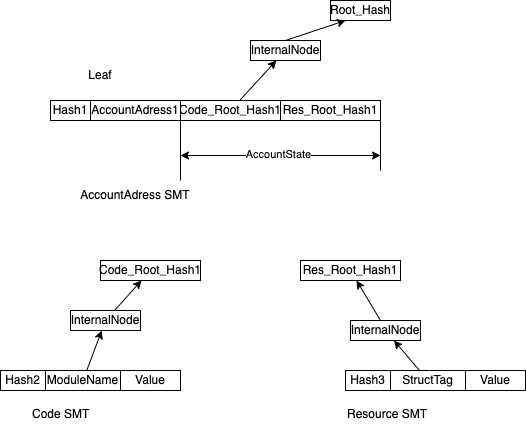
This is static/img/state/two_level_state.png from starcoinorg/starcoin-cookbook, a draw.io export, as it was before one commit. Source tidied: cells renumbered, new cells last; positions are measured from the earlier drawing's top-left corner, leaving out a move shared by most shapes.
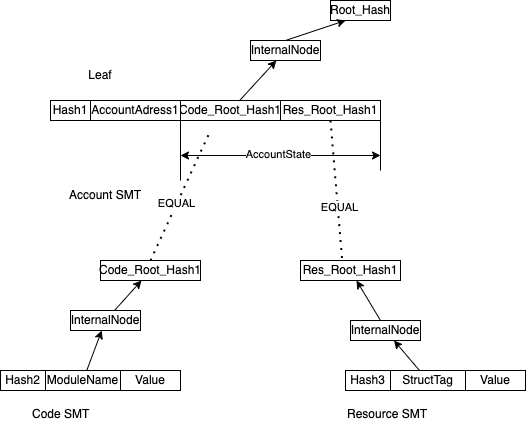
Above is the later version.

Commit message:
add state is a two level smt

Change to the diagram source:
```diff
@@ -62,8 +62,8 @@
     <mxCell id="18" value="&lt;span style=&quot;color: rgba(0 , 0 , 0 , 0) ; font-family: monospace ; font-size: 0px&quot;&gt;F&lt;/span&gt;" style="text;html=1;strokeColor=none;fillColor=none;align=center;verticalAlign=middle;whiteSpace=wrap;rounded=0;" parent="1" vertex="1">
       <mxGeometry x="40" y="170" width="110" height="30" as="geometry" />
     </mxCell>
-    <mxCell id="19" value="AccountAdress SMT" style="text;html=1;strokeColor=none;fillColor=none;align=center;verticalAlign=middle;whiteSpace=wrap;rounded=0;" parent="1" vertex="1">
-      <mxGeometry x="65" y="180" width="140" height="30" as="geometry" />
+    <mxCell id="19" value="Account SMT" style="text;html=1;strokeColor=none;fillColor=none;align=center;verticalAlign=middle;whiteSpace=wrap;rounded=0;" parent="1" vertex="1">
+      <mxGeometry x="35" y="180" width="140" height="30" as="geometry" />
     </mxCell>
     <mxCell id="20" value="Res_Root_Hash1" style="rounded=0;whiteSpace=wrap;html=1;" parent="1" vertex="1">
       <mxGeometry x="300" y="260" width="100" height="20" as="geometry" />
@@ -115,5 +115,20 @@
     <mxCell id="35" value="Resource SMT" style="text;whiteSpace=wrap;html=1;" parent="1" vertex="1">
       <mxGeometry x="345" y="400" width="140" height="30" as="geometry" />
     </mxCell>
+    <mxCell id="36" style="endArrow=none;dashed=1;html=1;dashPattern=1 3;strokeWidth=2;rounded=0;" parent="1" edge="1">
+      <mxGeometry relative="1" as="geometry">
+        <mxPoint x="150" y="260" as="sourcePoint" />
+        <mxPoint x="210" y="130" as="targetPoint" />
+      </mxGeometry>
+    </mxCell>
+    <mxCell id="37" value="EQUAL" style="edgeLabel;html=1;align=center;verticalAlign=middle;" parent="36" vertex="1">
+      <mxGeometry x="-0.12" y="1" relative="1" as="geometry" />
+    </mxCell>
+    <mxCell id="38" style="endArrow=none;dashed=1;html=1;dashPattern=1 3;strokeWidth=2;rounded=0;entryX=0.5;entryY=1;entryDx=0;entryDy=0;exitX=0.415;exitY=-0.125;exitDx=0;exitDy=0;exitPerimeter=0;" parent="1" edge="1" source="20" target="8">
+      <mxGeometry relative="1" as="geometry" />
+    </mxCell>
+    <mxCell id="39" value="EQUAL" style="edgeLabel;html=1;align=center;verticalAlign=middle;" parent="38" vertex="1">
+      <mxGeometry x="-0.26" y="-1" relative="1" as="geometry" />
+    </mxCell>
   </root>
 </mxGraphModel>
```
